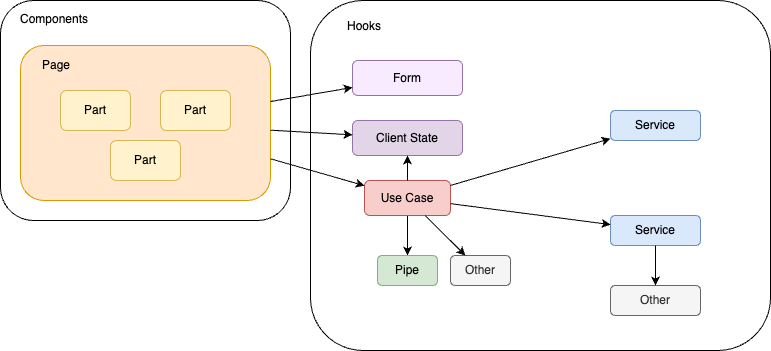
ws-4020/mobile-app-crib-notes keeps this draw.io diagram as example-app/SantokuApp/.attachments/stereotype.drawio.png. Above is the earlier version. Source tidied: cells renumbered, new cells last; positions are measured from the earlier drawing's top-left corner, leaving out a move shared by most shapes.
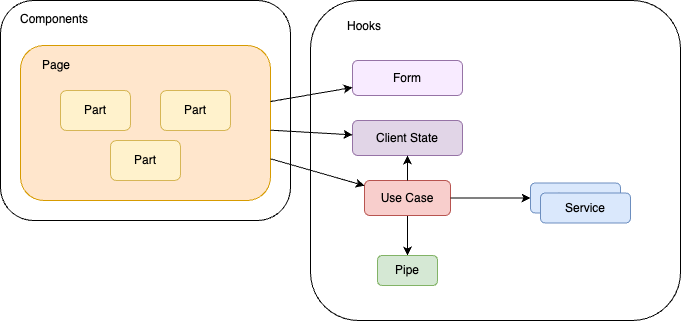
The same file after the commit.

Diff of the diagram source:
```diff
@@ -18,7 +18,7 @@
       <mxGeometry x="60" y="90" width="70" height="40" as="geometry" />
     </mxCell>
     <mxCell id="7" value="Hooks" style="rounded=1;whiteSpace=wrap;html=1;align=left;verticalAlign=top;spacingLeft=35;spacingBottom=0;spacingTop=12;" parent="1" vertex="1">
-      <mxGeometry x="310" width="460" height="350" as="geometry" />
+      <mxGeometry x="310" width="370" height="320" as="geometry" />
     </mxCell>
     <mxCell id="8" style="edgeStyle=orthogonalEdgeStyle;rounded=0;jettySize=auto;html=1;entryX=0.5;entryY=0;entryDx=0;entryDy=0;" parent="1" edge="1" source="9" target="24">
       <mxGeometry relative="1" as="geometry" />
@@ -26,11 +26,8 @@
     <mxCell id="9" value="Use Case" style="rounded=1;whiteSpace=wrap;html=1;fillColor=#f8cecc;strokeColor=#b85450;" parent="1" vertex="1">
       <mxGeometry x="364" y="180" width="86" height="35" as="geometry" />
     </mxCell>
-    <mxCell id="10" value="Service" style="rounded=1;whiteSpace=wrap;html=1;fillColor=#dae8fc;strokeColor=#6c8ebf;" parent="1" vertex="1">
-      <mxGeometry x="610" y="110" width="90" height="30" as="geometry" />
-    </mxCell>
     <mxCell id="11" value="Service" style="rounded=1;whiteSpace=wrap;html=1;fillColor=#dae8fc;strokeColor=#6c8ebf;" parent="1" vertex="1">
-      <mxGeometry x="610" y="215" width="90" height="30" as="geometry" />
+      <mxGeometry x="530" y="182.5" width="90" height="30" as="geometry" />
     </mxCell>
     <mxCell id="12" style="endArrow=classic;html=1;rounded=0;" parent="1" edge="1" source="3" target="9">
       <mxGeometry relative="1" as="geometry" />
@@ -38,27 +35,12 @@
     <mxCell id="13" style="endArrow=classic;html=1;rounded=0;" parent="1" edge="1" source="9" target="11">
       <mxGeometry relative="1" as="geometry" />
     </mxCell>
-    <mxCell id="14" style="endArrow=classic;html=1;rounded=0;" parent="1" edge="1" source="9" target="10">
-      <mxGeometry relative="1" as="geometry" />
-    </mxCell>
     <mxCell id="15" value="Client State" style="rounded=1;whiteSpace=wrap;html=1;fillColor=#e1d5e7;strokeColor=#9673a6;" parent="1" vertex="1">
       <mxGeometry x="352" y="120" width="110" height="35" as="geometry" />
     </mxCell>
-    <mxCell id="16" value="Other" style="rounded=1;whiteSpace=wrap;html=1;fillColor=#f5f5f5;strokeColor=#666666;fontColor=#333333;" parent="1" vertex="1">
-      <mxGeometry x="610" y="285" width="90" height="30" as="geometry" />
-    </mxCell>
     <mxCell id="17" style="endArrow=classic;html=1;rounded=0;" parent="1" edge="1" source="9" target="15">
       <mxGeometry relative="1" as="geometry" />
     </mxCell>
-    <mxCell id="18" style="endArrow=classic;html=1;rounded=0;" parent="1" edge="1" source="11" target="16">
-      <mxGeometry relative="1" as="geometry" />
-    </mxCell>
-    <mxCell id="19" value="Other" style="rounded=1;whiteSpace=wrap;html=1;fillColor=#f5f5f5;strokeColor=#666666;fontColor=#333333;" parent="1" vertex="1">
-      <mxGeometry x="450" y="255" width="60" height="30" as="geometry" />
-    </mxCell>
-    <mxCell id="20" style="endArrow=classic;html=1;rounded=0;" parent="1" edge="1" source="9" target="19">
-      <mxGeometry relative="1" as="geometry" />
-    </mxCell>
     <mxCell id="21" style="endArrow=classic;html=1;rounded=0;" parent="1" edge="1" source="3" target="15">
       <mxGeometry relative="1" as="geometry" />
     </mxCell>
@@ -71,5 +53,8 @@
     <mxCell id="24" value="Pipe" style="rounded=1;whiteSpace=wrap;html=1;fillColor=#d5e8d4;strokeColor=#82b366;" parent="1" vertex="1">
       <mxGeometry x="377" y="255" width="60" height="30" as="geometry" />
     </mxCell>
+    <mxCell id="10" value="Service" style="rounded=1;whiteSpace=wrap;html=1;fillColor=#dae8fc;strokeColor=#6c8ebf;" parent="1" vertex="1">
+      <mxGeometry x="540" y="192.5" width="90" height="30" as="geometry" />
+    </mxCell>
   </root>
 </mxGraphModel>
```
